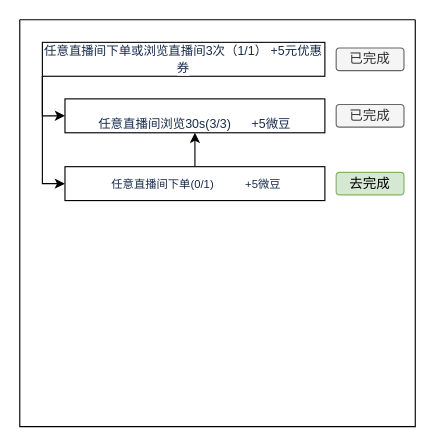
Earlier version of the draw.io diagram task1.drawio (LuiBu/my-pictures). Source tidied: cells renumbered, new cells numbered last; positions are measured from the earlier drawing's top-left corner, leaving out a move shared by most shapes. Both pictures are drawn from the tidied source at 113%, with x=0, y=0 at pixel (19, 19).
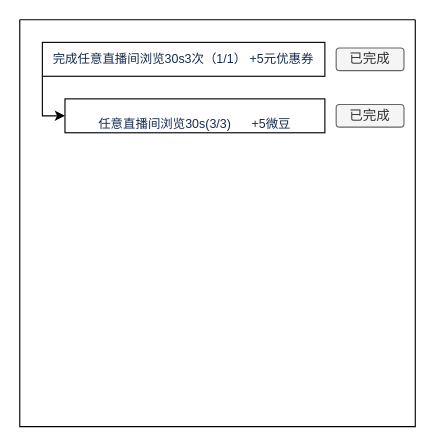
Above is the later version.

What changed in the source:
```diff
@@
 <mxGraphModel>
   <root>
     <mxCell id="0" />
     <mxCell id="1" parent="0" />
     <mxCell id="2" style="swimlane;startSize=0;swimlaneFillColor=none;" parent="1" vertex="1">
       <mxGeometry width="350" height="360" as="geometry" />
     </mxCell>
     <mxCell id="3" style="edgeStyle=orthogonalEdgeStyle;rounded=0;jettySize=auto;html=1;exitX=0;exitY=1;exitDx=0;exitDy=0;entryX=0;entryY=0.5;entryDx=0;entryDy=0;strokeColor=#000000;" parent="2" edge="1" source="5" target="6">
       <mxGeometry relative="1" as="geometry" />
     </mxCell>
-    <mxCell id="4" style="edgeStyle=orthogonalEdgeStyle;rounded=0;jettySize=auto;html=1;exitX=0;exitY=1;exitDx=0;exitDy=0;entryX=0;entryY=0.5;entryDx=0;entryDy=0;strokeColor=#000000;" parent="2" edge="1" source="5" target="8">
-      <mxGeometry relative="1" as="geometry" />
-    </mxCell>
-    <mxCell id="5" value="&lt;span style=&quot;color: rgb(23 , 43 , 77) ; font-family: , , &amp;#34;segoe ui&amp;#34; , &amp;#34;roboto&amp;#34; , &amp;#34;oxygen&amp;#34; , &amp;#34;ubuntu&amp;#34; , &amp;#34;fira sans&amp;#34; , &amp;#34;droid sans&amp;#34; , &amp;#34;helvetica neue&amp;#34; , sans-serif ; text-align: left ; background-color: rgb(255 , 255 , 255)&quot;&gt;&lt;font style=&quot;font-size: 11px&quot;&gt;任意直播间下单或浏览直播间3次（1/1） +5元优惠券&lt;/font&gt;&lt;/span&gt;" style="rounded=0;whiteSpace=wrap;html=1;" parent="2" vertex="1">
+    <mxCell id="5" value="&lt;span style=&quot;color: rgb(23 , 43 , 77) ; font-family: , , &amp;#34;segoe ui&amp;#34; , &amp;#34;roboto&amp;#34; , &amp;#34;oxygen&amp;#34; , &amp;#34;ubuntu&amp;#34; , &amp;#34;fira sans&amp;#34; , &amp;#34;droid sans&amp;#34; , &amp;#34;helvetica neue&amp;#34; , sans-serif ; text-align: left ; background-color: rgb(255 , 255 , 255)&quot;&gt;&lt;font style=&quot;font-size: 11px&quot;&gt;完成任意直播间浏览30s3次（1/1） +5元优惠券&lt;/font&gt;&lt;/span&gt;" style="rounded=0;whiteSpace=wrap;html=1;" parent="2" vertex="1">
       <mxGeometry x="20" y="20" width="250" height="30" as="geometry" />
     </mxCell>
     <mxCell id="6" value="&lt;div style=&quot;text-align: left ; font-size: 11px&quot;&gt;&lt;font color=&quot;#172b4d&quot; style=&quot;font-size: 11px&quot;&gt;&lt;span style=&quot;background-color: rgb(255 , 255 , 255) ; font-size: 11px&quot;&gt;&amp;nbsp;&lt;/span&gt;&lt;/font&gt;&lt;/div&gt;&lt;span style=&quot;color: rgb(23 , 43 , 77) ; text-align: left ; background-color: rgb(255 , 255 , 255) ; font-size: 11px&quot;&gt;&lt;font style=&quot;font-size: 11px&quot;&gt;任意直播间浏览30s&lt;/font&gt;&lt;/span&gt;&lt;span style=&quot;background-color: rgb(255 , 255 , 255) ; font-size: 11px ; color: rgb(23 , 43 , 77) ; text-align: left&quot;&gt;(3/3)&amp;nbsp; &amp;nbsp; &amp;nbsp; +5微豆&lt;/span&gt;&lt;span style=&quot;color: rgb(23 , 43 , 77) ; text-align: left ; background-color: rgb(255 , 255 , 255) ; font-size: 11px&quot;&gt;&lt;font style=&quot;font-size: 11px&quot;&gt;&lt;br&gt;&lt;/font&gt;&lt;/span&gt;" style="rounded=0;whiteSpace=wrap;html=1;" parent="2" vertex="1">
       <mxGeometry x="40" y="70" width="230" height="30" as="geometry" />
     </mxCell>
-    <mxCell id="7" style="edgeStyle=orthogonalEdgeStyle;rounded=0;jettySize=auto;html=1;strokeColor=#000000;" parent="2" edge="1" source="8" target="6">
-      <mxGeometry relative="1" as="geometry" />
-    </mxCell>
-    <mxCell id="8" value="&lt;div style=&quot;text-align: left&quot;&gt;&lt;font color=&quot;#172b4d&quot; size=&quot;1&quot;&gt;&lt;span style=&quot;background-color: rgb(255 , 255 , 255)&quot;&gt;&amp;nbsp;任意直播间下单(0/1)&amp;nbsp; &amp;nbsp; &amp;nbsp; &amp;nbsp; &amp;nbsp; +5微豆&lt;/span&gt;&lt;/font&gt;&lt;/div&gt;" style="rounded=0;whiteSpace=wrap;html=1;" parent="2" vertex="1">
-      <mxGeometry x="40" y="130" width="230" height="30" as="geometry" />
-    </mxCell>
     <mxCell id="9" value="已完成" style="rounded=1;whiteSpace=wrap;html=1;fillColor=#f5f5f5;strokeColor=#666666;fontColor=#333333;" parent="2" vertex="1">
       <mxGeometry x="280" y="25" width="60" height="20" as="geometry" />
     </mxCell>
     <mxCell id="10" value="已完成" style="rounded=1;whiteSpace=wrap;html=1;fillColor=#f5f5f5;strokeColor=#666666;fontColor=#333333;" parent="2" vertex="1">
       <mxGeometry x="280" y="75" width="60" height="20" as="geometry" />
     </mxCell>
-    <mxCell id="11" value="去完成" style="rounded=1;whiteSpace=wrap;html=1;fillColor=#d5e8d4;strokeColor=#82b366;" parent="2" vertex="1">
-      <mxGeometry x="280" y="135" width="60" height="20" as="geometry" />
-    </mxCell>
   </root>
 </mxGraphModel>
```
